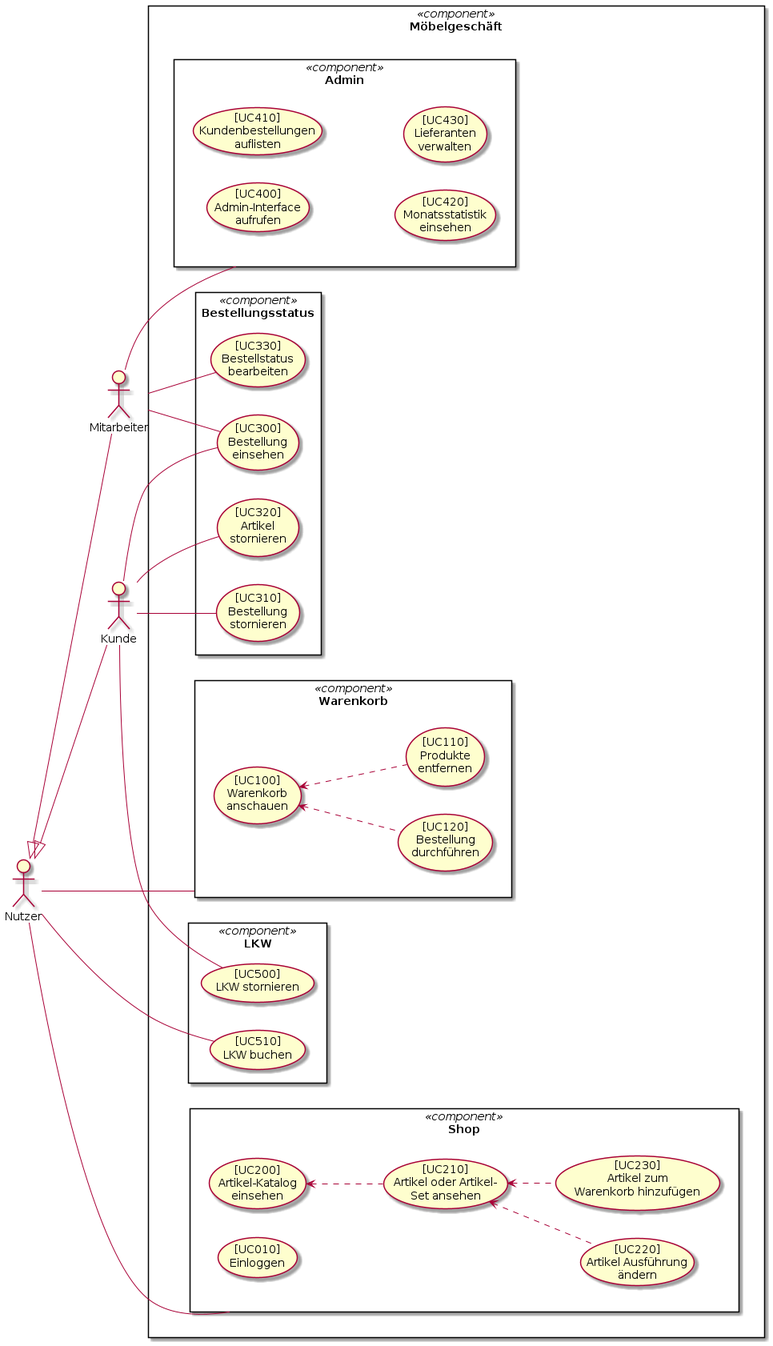
Earlier version of the PlantUML export src/main/asciidoc/images/usecase.png (shinyonogi/SWT). Source of this version:
```plantuml
@startuml
left to right direction
skinparam packageStyle rect

actor Mitarbeiter
actor Nutzer
actor Kunde

Nutzer <|-- Mitarbeiter
Nutzer <|-- Kunde

Mitarbeiter -- Admin
Nutzer -- Warenkorb
Nutzer -- Shop

rectangle Möbelgeschäft <<component>>{
    rectangle Warenkorb <<component>> {
        (prodrem) .up.> (cart)
        (order) .up.> (cart)
        usecase ([UC100] \n Warenkorb \nanschauen) as cart
        usecase ([UC110] \n Produkte \nentfernen) as prodrem
        usecase ([UC120] \n Bestellung \ndurchführen) as order
    }
    rectangle Admin <<component>> {
        usecase ([UC400] \n Admin-Interface \n aufrufen)
        usecase ([UC410] \n Kundenbestellungen \nauflisten)
        usecase ([UC420] \n Monatsstatistik \neinsehen)
        usecase ([UC430] \n Lieferanten \nverwalten)
    }
    rectangle Shop <<component>> {
        (article) .up.> (catalog)
        (articleversion) .up.> (article)
        (addarticle) .up.> (article)
        usecase ([UC010] \n Einloggen)
        usecase ([UC200] \n Artikel-Katalog \n einsehen) as catalog
        usecase ([UC210] \n Artikel oder Artikel-\nSet ansehen) as article
        usecase ([UC220] \n Artikel Ausführung \nändern) as articleversion
        usecase ([UC230] \n Artikel zum \n Warenkorb hinzufügen) as addarticle
    }
    rectangle Bestellungsstatus <<component>> {
        Kunde -- (bview)
        Kunde -- (bstor)
        Kunde -- (astor)
        Mitarbeiter -- (bview)
        Mitarbeiter -- (bedit)
        usecase ([UC300] \n Bestellung \neinsehen) as bview
        usecase ([UC310] \n Bestellung \nstornieren) as bstor
        usecase ([UC320] \n Artikel \n stornieren) as astor
        usecase ([UC330] \n Bestellstatus \nbearbeiten) as bedit
    }
    rectangle LKW <<component>> {
        Kunde -- (lkwstor)
        Nutzer --(lkwbook)
        usecase ([UC500] \n LKW stornieren) as lkwstor
        usecase ([UC510] \n LKW buchen) as lkwbook
    }
}
@enduml
```
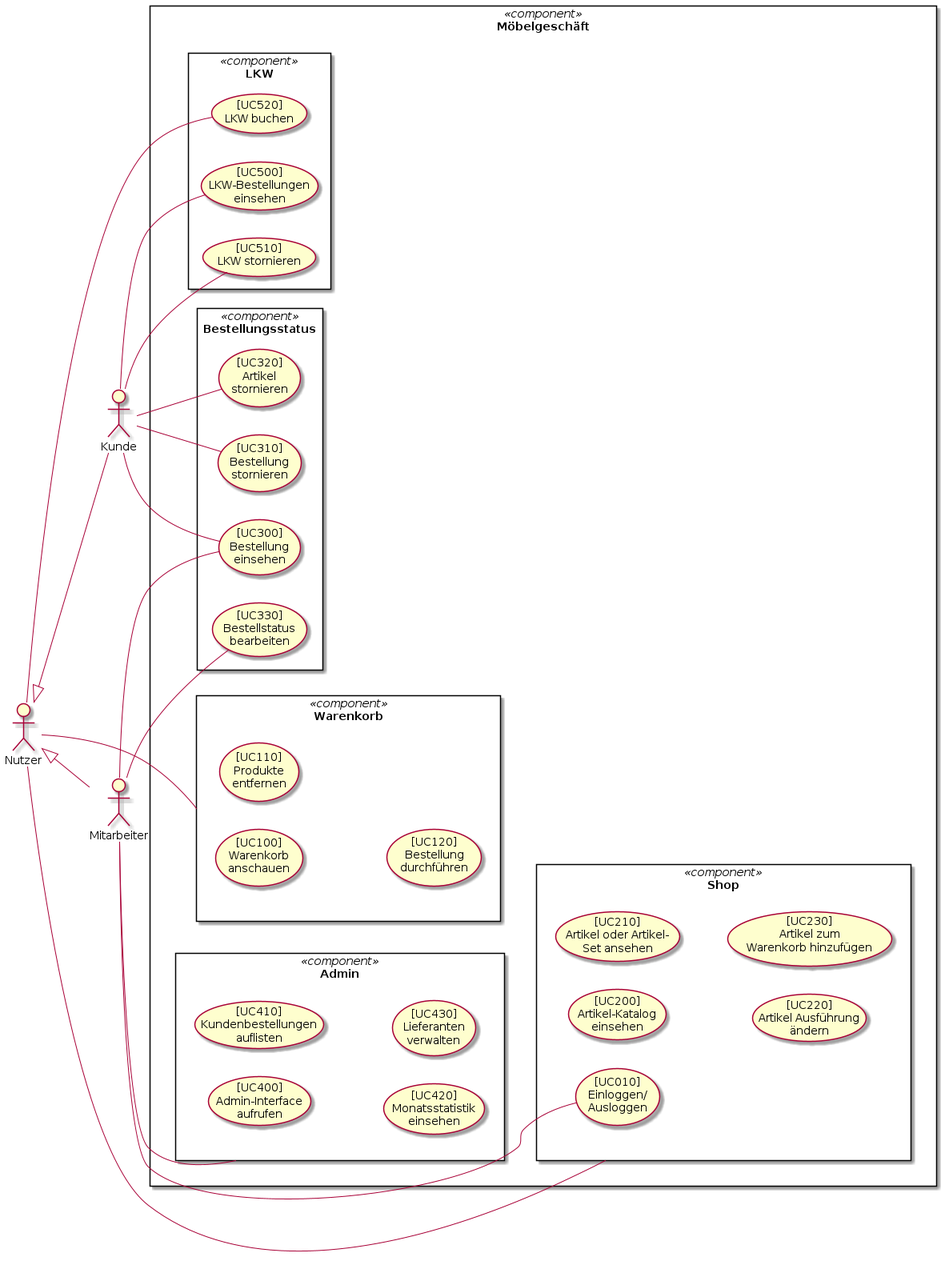
The same file after the commit.

Commit message:
update usecase diagram closes #2 for now

The edit, as a diff of the source:
```diff
@@ -15,11 +15,9 @@
 
 rectangle Möbelgeschäft <<component>>{
     rectangle Warenkorb <<component>> {
-        (prodrem) .up.> (cart)
-        (order) .up.> (cart)
-        usecase ([UC100] \n Warenkorb \nanschauen) as cart
-        usecase ([UC110] \n Produkte \nentfernen) as prodrem
-        usecase ([UC120] \n Bestellung \ndurchführen) as order
+        usecase ([UC100] \n Warenkorb \nanschauen)
+        usecase ([UC110] \n Produkte \nentfernen)
+        usecase ([UC120] \n Bestellung \ndurchführen)
     }
     rectangle Admin <<component>> {
         usecase ([UC400] \n Admin-Interface \n aufrufen)
@@ -28,14 +26,12 @@
         usecase ([UC430] \n Lieferanten \nverwalten)
     }
     rectangle Shop <<component>> {
-        (article) .up.> (catalog)
-        (articleversion) .up.> (article)
-        (addarticle) .up.> (article)
-        usecase ([UC010] \n Einloggen)
-        usecase ([UC200] \n Artikel-Katalog \n einsehen) as catalog
-        usecase ([UC210] \n Artikel oder Artikel-\nSet ansehen) as article
-        usecase ([UC220] \n Artikel Ausführung \nändern) as articleversion
-        usecase ([UC230] \n Artikel zum \n Warenkorb hinzufügen) as addarticle
+        Mitarbeiter -- (logout)
+        usecase ([UC010] \n Einloggen/\nAusloggen) as logout
+        usecase ([UC200] \n Artikel-Katalog \n einsehen)
+        usecase ([UC210] \n Artikel oder Artikel-\nSet ansehen)
+        usecase ([UC220] \n Artikel Ausführung \nändern)
+        usecase ([UC230] \n Artikel zum \n Warenkorb hinzufügen)
     }
     rectangle Bestellungsstatus <<component>> {
         Kunde -- (bview)
@@ -50,9 +46,11 @@
     }
     rectangle LKW <<component>> {
         Kunde -- (lkwstor)
+        Kunde -- (lkworder)
         Nutzer --(lkwbook)
-        usecase ([UC500] \n LKW stornieren) as lkwstor
-        usecase ([UC510] \n LKW buchen) as lkwbook
+        usecase ([UC500] \n LKW-Bestellungen \n einsehen) as lkworder
+        usecase ([UC510] \n LKW stornieren) as lkwstor
+        usecase ([UC520] \n LKW buchen) as lkwbook
     }
 }
 @enduml
```
